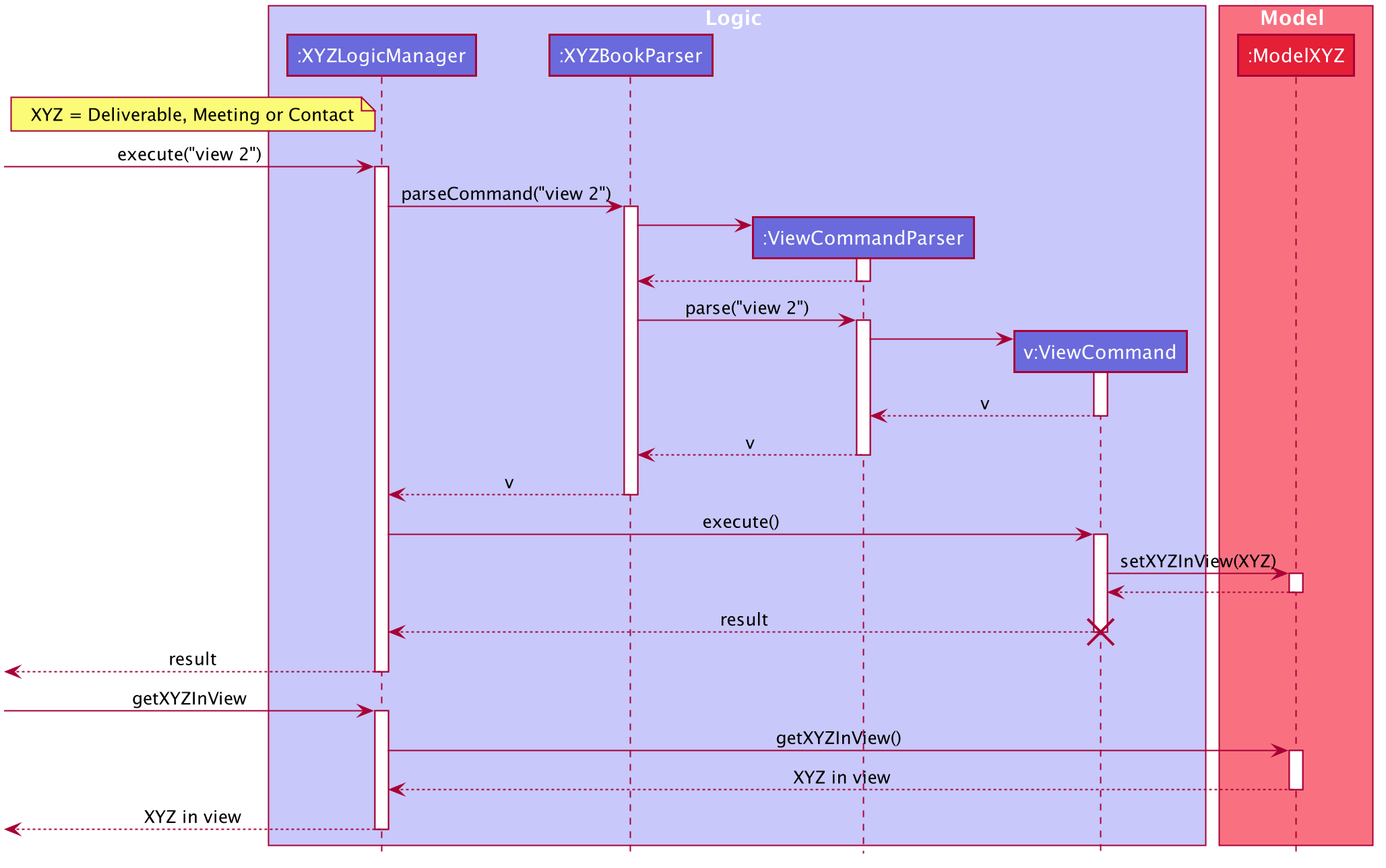
Above: docs/images/ViewCommandSequenceDiagram.png in shadowezz/Productiv (PlantUML), before the change.
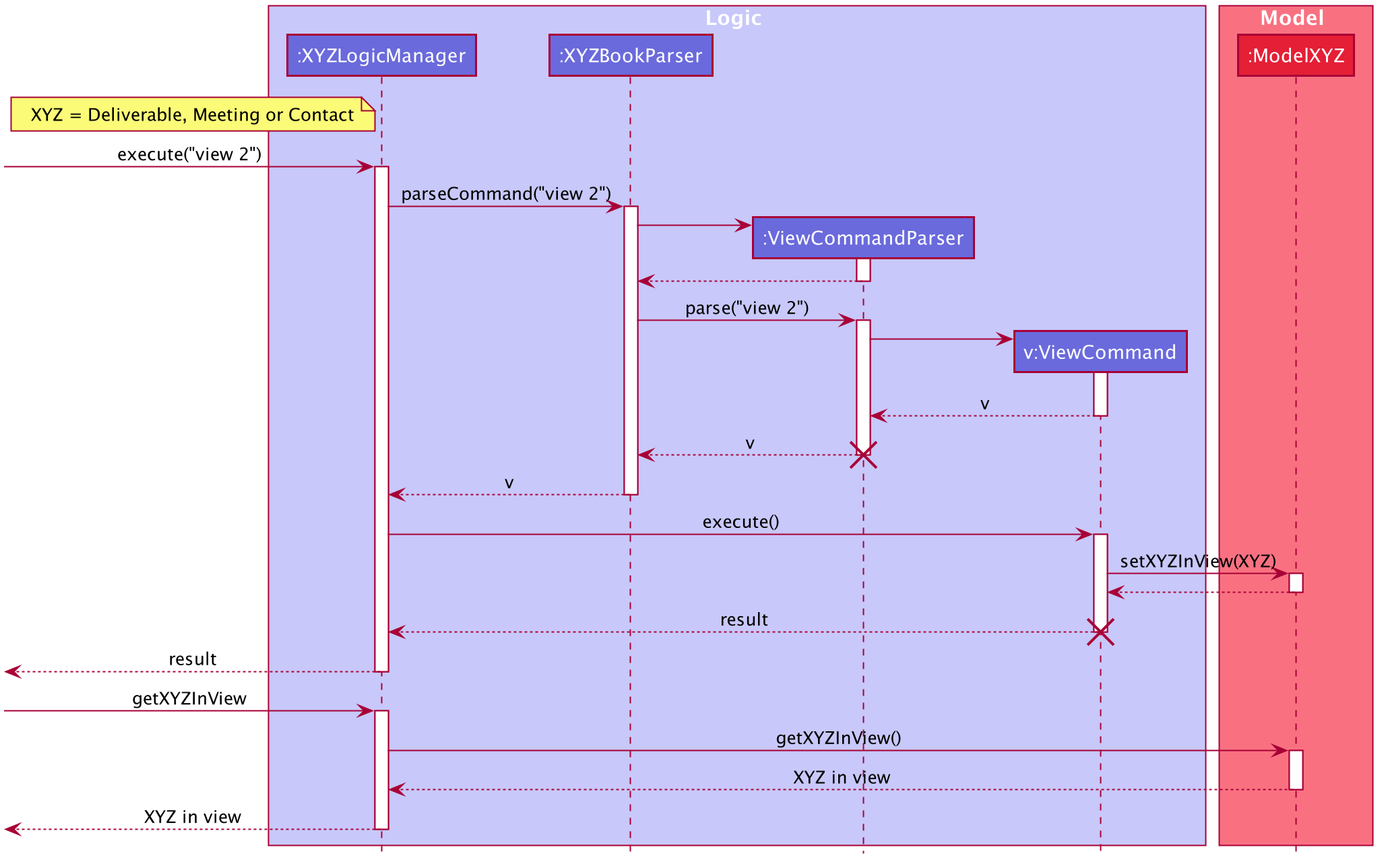
Above is the later version.

The edit, as a diff of the source:
```diff
@@ -86,6 +86,7 @@
 
 ViewCommandParser --> XYZBookParser : v
 deactivate ViewCommandParser
+destroy ViewCommandParser
 
 XYZBookParser --> XYZLogicManager : v
 deactivate XYZBookParser
```
